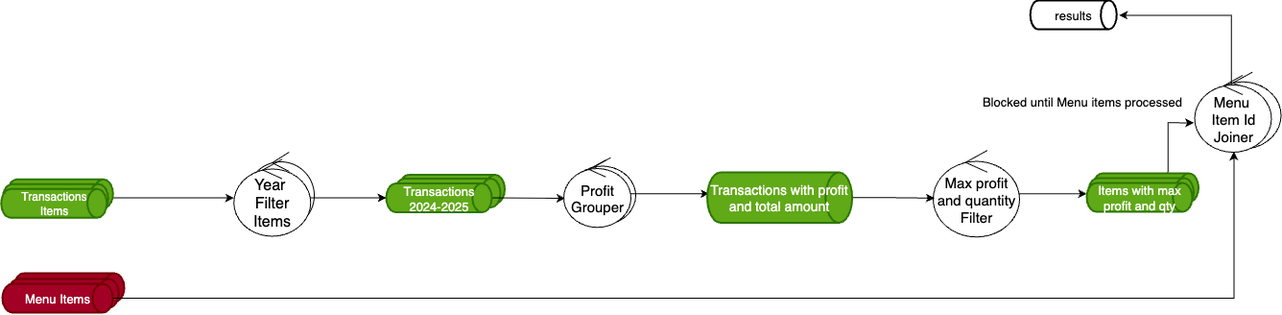
fiuba-distribuidos-2C2025/informe keeps this draw.io diagram as source/consulta2.png. Above is the earlier version. Source tidied: cells renumbered, new cells last; positions are measured from the earlier drawing's top-left corner, leaving out a move shared by most shapes.
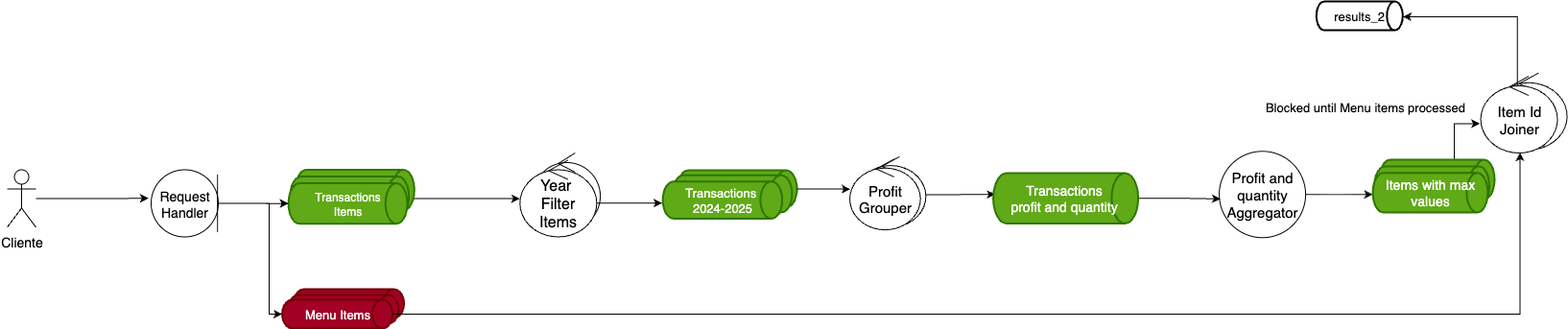
After the change.

What changed in the source:
```diff
@@ -3,120 +3,154 @@
     <mxCell id="0" />
     <mxCell id="1" parent="0" />
     <mxCell id="2" style="strokeWidth=2;html=1;shape=mxgraph.flowchart.direct_data;whiteSpace=wrap;fillColor=#a20025;fontColor=#ffffff;strokeColor=#6F0000;fontSize=13;" parent="1" vertex="1">
-      <mxGeometry x="13" y="284" width="115" height="30" as="geometry" />
+      <mxGeometry x="89.6" y="305" width="115" height="30" as="geometry" />
     </mxCell>
     <mxCell id="3" style="strokeWidth=2;html=1;shape=mxgraph.flowchart.direct_data;whiteSpace=wrap;fillColor=#a20025;fontColor=#ffffff;strokeColor=#6F0000;fontSize=13;" parent="1" vertex="1">
-      <mxGeometry x="7.2" y="290" width="115" height="30" as="geometry" />
+      <mxGeometry x="83.8" y="311" width="115" height="30" as="geometry" />
     </mxCell>
     <mxCell id="4" style="whiteSpace=wrap;html=1;shape=umlControl;perimeter=ellipsePerimeter;fontSize=15;" parent="1" vertex="1">
-      <mxGeometry x="1253.5" y="74.8" width="80" height="80" as="geometry" />
+      <mxGeometry x="1336.6" y="79.8" width="80" height="80" as="geometry" />
     </mxCell>
-    <mxCell id="5" style="strokeWidth=2;html=1;shape=mxgraph.flowchart.direct_data;whiteSpace=wrap;fillColor=#60a917;strokeColor=#2D7600;fontSize=13;fontColor=#ffffff;" parent="1" vertex="1">
-      <mxGeometry x="414.5" y="181.5" width="110" height="30" as="geometry" />
+    <mxCell id="5" style="ellipse;shape=umlControl;whiteSpace=wrap;html=1;fontSize=13;" parent="1" vertex="1">
+      <mxGeometry x="339.1" y="163" width="70" height="80" as="geometry" />
     </mxCell>
-    <mxCell id="6" style="strokeWidth=2;html=1;shape=mxgraph.flowchart.direct_data;whiteSpace=wrap;fillColor=#60a917;strokeColor=#2D7600;fontSize=13;fontColor=#ffffff;" parent="1" vertex="1">
-      <mxGeometry x="410" y="185.5" width="110" height="30" as="geometry" />
+    <mxCell id="6" value="Year&amp;nbsp;&lt;div&gt;Filter Items&lt;/div&gt;" style="whiteSpace=wrap;html=1;shape=umlControl;perimeter=ellipsePerimeter;fontSize=16;" parent="1" vertex="1">
+      <mxGeometry x="325.3" y="170.5" width="80" height="80" as="geometry" />
     </mxCell>
-    <mxCell id="7" style="ellipse;shape=umlControl;whiteSpace=wrap;html=1;fontSize=13;" parent="1" vertex="1">
-      <mxGeometry x="256" y="158" width="70" height="80" as="geometry" />
+    <mxCell id="7" style="edgeStyle=orthogonalEdgeStyle;rounded=0;jettySize=auto;html=1;fontSize=13;" parent="1" edge="1" target="6">
+      <mxGeometry relative="1" as="geometry">
+        <mxPoint x="196.6" y="210.5" as="sourcePoint" />
+      </mxGeometry>
     </mxCell>
-    <mxCell id="8" value="Year&amp;nbsp;&lt;div&gt;Filter Items&lt;/div&gt;" style="whiteSpace=wrap;html=1;shape=umlControl;perimeter=ellipsePerimeter;fontSize=16;" parent="1" vertex="1">
-      <mxGeometry x="242.2" y="165.5" width="80" height="80" as="geometry" />
+    <mxCell id="8" style="edgeStyle=orthogonalEdgeStyle;rounded=0;jettySize=auto;html=1;entryX=0.005;entryY=0.312;entryDx=0;entryDy=0;entryPerimeter=0;fontSize=13;" parent="1" edge="1" source="36">
+      <mxGeometry relative="1" as="geometry">
+        <mxPoint x="820.7" y="206.1" as="targetPoint" />
+      </mxGeometry>
     </mxCell>
-    <mxCell id="9" style="edgeStyle=orthogonalEdgeStyle;rounded=0;jettySize=auto;html=1;fontSize=13;" parent="1" edge="1" target="8">
+    <mxCell id="9" style="edgeStyle=orthogonalEdgeStyle;rounded=0;jettySize=auto;html=1;fontSize=13;" parent="1" edge="1" source="10">
       <mxGeometry relative="1" as="geometry">
-        <mxPoint x="113.5" y="205.5" as="sourcePoint" />
+        <mxPoint x="1214.1" y="206.2" as="targetPoint" />
       </mxGeometry>
     </mxCell>
-    <mxCell id="10" value="&lt;div style=&quot;line-height: 110%;&quot;&gt;&lt;br&gt;&lt;/div&gt;" style="whiteSpace=wrap;html=1;shape=umlControl;perimeter=ellipsePerimeter;fontSize=13;" parent="1" vertex="1">
-      <mxGeometry x="591" y="163.8" width="70" height="70" as="geometry" />
+    <mxCell id="10" value="Profit and quantity Aggregator" style="whiteSpace=wrap;html=1;shape=ellipse;fontSize=15;perimeter=ellipsePerimeter;" parent="1" vertex="1">
+      <mxGeometry x="1054.1" y="161.2" width="90" height="90" as="geometry" />
     </mxCell>
-    <mxCell id="11" style="edgeStyle=orthogonalEdgeStyle;rounded=0;jettySize=auto;html=1;entryX=0.005;entryY=0.312;entryDx=0;entryDy=0;entryPerimeter=0;fontSize=13;" parent="1" edge="1" source="12">
-      <mxGeometry relative="1" as="geometry">
-        <mxPoint x="737.6" y="201.1" as="targetPoint" />
-      </mxGeometry>
+    <mxCell id="11" value="&lt;div&gt;Item Id&lt;div&gt;Joiner&lt;/div&gt;&lt;/div&gt;" style="whiteSpace=wrap;html=1;shape=umlControl;perimeter=ellipsePerimeter;fontSize=15;" parent="1" vertex="1">
+      <mxGeometry x="1326.6" y="83" width="80" height="80" as="geometry" />
     </mxCell>
-    <mxCell id="12" value="&lt;div style=&quot;line-height: 110%;&quot;&gt;&lt;div&gt;Profit Grouper&lt;/div&gt;&lt;/div&gt;" style="whiteSpace=wrap;html=1;shape=umlControl;perimeter=ellipsePerimeter;fontSize=15;" parent="1" vertex="1">
-      <mxGeometry x="586" y="166.2" width="70" height="70" as="geometry" />
+    <mxCell id="12" style="edgeStyle=orthogonalEdgeStyle;rounded=0;jettySize=auto;html=1;entryX=-0.004;entryY=0.581;entryDx=0;entryDy=0;entryPerimeter=0;fontSize=13;" parent="1" edge="1" source="6" target="33">
+      <mxGeometry relative="1" as="geometry">
+        <Array as="points">
+          <mxPoint x="440.1" y="215" />
+        </Array>
+      </mxGeometry>
     </mxCell>
-    <mxCell id="13" style="edgeStyle=orthogonalEdgeStyle;rounded=0;jettySize=auto;html=1;exitX=1;exitY=0.5;exitDx=0;exitDy=0;exitPerimeter=0;fontSize=13;entryX=0.022;entryY=0.568;entryDx=0;entryDy=0;entryPerimeter=0;" parent="1" edge="1" source="14" target="12">
+    <mxCell id="13" style="edgeStyle=orthogonalEdgeStyle;rounded=0;jettySize=auto;html=1;entryX=1;entryY=0.5;entryDx=0;entryDy=0;entryPerimeter=0;exitX=0.478;exitY=0.118;exitDx=0;exitDy=0;exitPerimeter=0;fontSize=13;" parent="1" edge="1" source="11" target="14">
       <mxGeometry relative="1" as="geometry">
         <Array as="points">
-          <mxPoint x="587" y="205" />
+          <mxPoint x="1365.1" y="21" />
         </Array>
       </mxGeometry>
     </mxCell>
-    <mxCell id="14" value="Transactions 2024-2025" style="strokeWidth=2;html=1;shape=mxgraph.flowchart.direct_data;whiteSpace=wrap;fillColor=#60a917;strokeColor=#2D7600;fontSize=13;fontColor=#ffffff;" parent="1" vertex="1">
-      <mxGeometry x="401" y="190.5" width="110" height="30" as="geometry" />
+    <mxCell id="14" value="results_2" style="strokeWidth=2;html=1;shape=mxgraph.flowchart.direct_data;whiteSpace=wrap;fontSize=13;" parent="1" vertex="1">
+      <mxGeometry x="1155.3" y="5" width="90" height="30" as="geometry" />
     </mxCell>
-    <mxCell id="15" style="edgeStyle=orthogonalEdgeStyle;rounded=0;jettySize=auto;html=1;fontSize=13;" parent="1" edge="1" source="16">
-      <mxGeometry relative="1" as="geometry">
-        <mxPoint x="1131" y="201.2" as="targetPoint" />
-      </mxGeometry>
+    <mxCell id="15" value="Menu Items" style="strokeWidth=2;html=1;shape=mxgraph.flowchart.direct_data;whiteSpace=wrap;fillColor=#a20025;fontColor=#ffffff;strokeColor=#6F0000;fontSize=13;" parent="1" vertex="1">
+      <mxGeometry x="77.6" y="316" width="115" height="30" as="geometry" />
     </mxCell>
-    <mxCell id="16" value="Max profit and quantity Filter" style="whiteSpace=wrap;html=1;shape=umlControl;perimeter=ellipsePerimeter;fontSize=15;" parent="1" vertex="1">
-      <mxGeometry x="971" y="156.2" width="90" height="90" as="geometry" />
+    <mxCell id="16" style="edgeStyle=orthogonalEdgeStyle;rounded=0;jettySize=auto;html=1;entryX=0.512;entryY=0.993;entryDx=0;entryDy=0;entryPerimeter=0;fontSize=13;" parent="1" edge="1" source="15" target="11">
+      <mxGeometry relative="1" as="geometry" />
     </mxCell>
-    <mxCell id="17" value="Menu&amp;nbsp;&lt;div&gt;Item Id&lt;div&gt;Joiner&lt;/div&gt;&lt;/div&gt;" style="whiteSpace=wrap;html=1;shape=umlControl;perimeter=ellipsePerimeter;fontSize=15;" parent="1" vertex="1">
-      <mxGeometry x="1243.5" y="78" width="80" height="80" as="geometry" />
+    <mxCell id="17" value="Blocked until Menu items processed" style="text;html=1;align=center;verticalAlign=middle;points=[];strokeColor=none;fillColor=none;fontSize=13;" parent="1" vertex="1">
+      <mxGeometry x="1091" y="100" width="230" height="30" as="geometry" />
     </mxCell>
-    <mxCell id="18" style="edgeStyle=orthogonalEdgeStyle;rounded=0;jettySize=auto;html=1;entryX=0;entryY=0.5;entryDx=0;entryDy=0;entryPerimeter=0;fontSize=13;" parent="1" edge="1" source="8" target="14">
-      <mxGeometry relative="1" as="geometry" />
+    <mxCell id="18" style="edgeStyle=orthogonalEdgeStyle;rounded=0;jettySize=auto;html=1;entryX=-0.011;entryY=0.618;entryDx=0;entryDy=0;entryPerimeter=0;fontSize=13;" parent="1" edge="1" target="11">
+      <mxGeometry relative="1" as="geometry">
+        <mxPoint x="1270.3" y="191.2" as="sourcePoint" />
+      </mxGeometry>
     </mxCell>
-    <mxCell id="19" style="edgeStyle=orthogonalEdgeStyle;rounded=0;jettySize=auto;html=1;entryX=1;entryY=0.5;entryDx=0;entryDy=0;entryPerimeter=0;exitX=0.478;exitY=0.118;exitDx=0;exitDy=0;exitPerimeter=0;fontSize=13;" parent="1" edge="1" source="17">
-      <mxGeometry relative="1" as="geometry">
-        <mxPoint x="1164.7" y="15.5" as="targetPoint" />
-        <Array as="points">
-          <mxPoint x="1282" y="16" />
-        </Array>
-      </mxGeometry>
+    <mxCell id="19" style="group;" parent="1" vertex="1">
+      <mxGeometry x="84.1" y="180.5" width="131.2" height="56.2" as="geometry" />
     </mxCell>
-    <mxCell id="20" value="results" style="strokeWidth=2;html=1;shape=mxgraph.flowchart.direct_data;whiteSpace=wrap;fontSize=13;" parent="1" vertex="1">
-      <mxGeometry x="1072.2" width="90" height="30" as="geometry" />
+    <mxCell id="20" style="strokeWidth=2;html=1;shape=mxgraph.flowchart.direct_data;whiteSpace=wrap;fillColor=#60a917;fontColor=#ffffff;strokeColor=#2D7600;" parent="19" vertex="1">
+      <mxGeometry x="7.3" width="123.9" height="42.2" as="geometry" />
     </mxCell>
-    <mxCell id="21" value="Menu Items" style="strokeWidth=2;html=1;shape=mxgraph.flowchart.direct_data;whiteSpace=wrap;fillColor=#a20025;fontColor=#ffffff;strokeColor=#6F0000;fontSize=13;" parent="1" vertex="1">
-      <mxGeometry x="1" y="295" width="115" height="30" as="geometry" />
+    <mxCell id="21" style="strokeWidth=2;html=1;shape=mxgraph.flowchart.direct_data;whiteSpace=wrap;fillColor=#60a917;fontColor=#ffffff;strokeColor=#2D7600;" parent="19" vertex="1">
+      <mxGeometry x="1.7" y="7" width="123.9" height="42.2" as="geometry" />
     </mxCell>
-    <mxCell id="22" style="edgeStyle=orthogonalEdgeStyle;rounded=0;jettySize=auto;html=1;entryX=0.512;entryY=0.993;entryDx=0;entryDy=0;entryPerimeter=0;fontSize=13;" parent="1" edge="1" source="21" target="17">
-      <mxGeometry relative="1" as="geometry" />
+    <mxCell id="22" value="Transactions&lt;div&gt;Items&lt;/div&gt;" style="strokeWidth=2;html=1;shape=mxgraph.flowchart.direct_data;whiteSpace=wrap;fillColor=#60a917;fontColor=#ffffff;strokeColor=#2D7600;" parent="19" vertex="1">
+      <mxGeometry y="14.1" width="123.9" height="42.2" as="geometry" />
     </mxCell>
-    <mxCell id="23" value="Blocked until Menu items processed" style="text;html=1;align=center;verticalAlign=middle;strokeColor=none;fillColor=none;fontSize=13;" parent="1" vertex="1">
-      <mxGeometry x="1011" y="90" width="230" height="30" as="geometry" />
+    <mxCell id="23" style="edgeStyle=orthogonalEdgeStyle;rounded=0;hachureGap=4;jettySize=auto;html=1;entryX=0.015;entryY=0.551;entryDx=0;entryDy=0;entryPerimeter=0;fontFamily=Architects Daughter;fontSource=https%3A%2F%2Ffonts.googleapis.com%2Fcss%3Ffamily%3DArchitects%2BDaughter;" parent="1" edge="1" source="28" target="10">
+      <mxGeometry relative="1" as="geometry" />
     </mxCell>
-    <mxCell id="24" style="edgeStyle=orthogonalEdgeStyle;rounded=0;jettySize=auto;html=1;entryX=-0.011;entryY=0.618;entryDx=0;entryDy=0;entryPerimeter=0;fontSize=13;" parent="1" edge="1" target="17">
-      <mxGeometry relative="1" as="geometry">
-        <mxPoint x="1187.3" y="186.2" as="sourcePoint" />
-      </mxGeometry>
+    <mxCell id="24" style="group;fontSize=16;" parent="1" vertex="1">
+      <mxGeometry x="1214.1" y="170" width="126.9" height="55" as="geometry" />
     </mxCell>
-    <mxCell id="25" style="group;" parent="1" vertex="1">
-      <mxGeometry x="-0.2" y="186.2" width="116.5" height="40" as="geometry" />
+    <mxCell id="25" style="strokeWidth=2;html=1;shape=mxgraph.flowchart.direct_data;whiteSpace=wrap;fillColor=#60a917;fontColor=#ffffff;strokeColor=#2D7600;" parent="24" vertex="1">
+      <mxGeometry x="7.1" width="119.9" height="41.2" as="geometry" />
     </mxCell>
-    <mxCell id="26" style="strokeWidth=2;html=1;shape=mxgraph.flowchart.direct_data;whiteSpace=wrap;fillColor=#60a917;fontColor=#ffffff;strokeColor=#2D7600;" parent="25" vertex="1">
-      <mxGeometry x="6.5" width="110" height="30" as="geometry" />
+    <mxCell id="26" style="strokeWidth=2;html=1;shape=mxgraph.flowchart.direct_data;whiteSpace=wrap;fillColor=#60a917;fontColor=#ffffff;strokeColor=#2D7600;" parent="24" vertex="1">
+      <mxGeometry x="1.6" y="6.9" width="119.9" height="41.2" as="geometry" />
     </mxCell>
-    <mxCell id="27" style="strokeWidth=2;html=1;shape=mxgraph.flowchart.direct_data;whiteSpace=wrap;fillColor=#60a917;fontColor=#ffffff;strokeColor=#2D7600;" parent="25" vertex="1">
-      <mxGeometry x="1.5" y="5" width="110" height="30" as="geometry" />
+    <mxCell id="27" value="&lt;font style=&quot;font-size: 14px;&quot;&gt;Items with max values&lt;/font&gt;" style="strokeWidth=2;html=1;shape=mxgraph.flowchart.direct_data;whiteSpace=wrap;fillColor=#60a917;fontColor=#ffffff;strokeColor=#2D7600;" parent="24" vertex="1">
+      <mxGeometry y="13.8" width="119.9" height="41.2" as="geometry" />
     </mxCell>
-    <mxCell id="28" value="Transactions&lt;div&gt;Items&lt;/div&gt;" style="strokeWidth=2;html=1;shape=mxgraph.flowchart.direct_data;whiteSpace=wrap;fillColor=#60a917;fontColor=#ffffff;strokeColor=#2D7600;" parent="25" vertex="1">
-      <mxGeometry y="10" width="110" height="30" as="geometry" />
+    <mxCell id="28" value="&lt;font style=&quot;font-size: 14px;&quot;&gt;Transactions&amp;nbsp;&lt;/font&gt;&lt;div&gt;&lt;font style=&quot;font-size: 14px;&quot;&gt;profit and quantity&amp;nbsp;&lt;/font&gt;&lt;/div&gt;" style="strokeWidth=2;html=1;shape=mxgraph.flowchart.direct_data;whiteSpace=wrap;fillColor=#60a917;fontColor=#ffffff;strokeColor=#2D7600;" parent="1" vertex="1">
+      <mxGeometry x="818.6" y="184" width="151.1" height="52.5" as="geometry" />
     </mxCell>
-    <mxCell id="29" style="edgeStyle=orthogonalEdgeStyle;rounded=0;hachureGap=4;jettySize=auto;html=1;entryX=0.015;entryY=0.551;entryDx=0;entryDy=0;entryPerimeter=0;fontFamily=Architects Daughter;fontSource=https%3A%2F%2Ffonts.googleapis.com%2Fcss%3Ffamily%3DArchitects%2BDaughter;" parent="1" edge="1" source="34" target="16">
-      <mxGeometry relative="1" as="geometry" />
+    <mxCell id="29" style="edgeStyle=orthogonalEdgeStyle;rounded=0;jettySize=auto;html=1;entryX=0;entryY=0.5;entryDx=0;entryDy=0;entryPerimeter=0;" parent="1" edge="1" target="22">
+      <mxGeometry relative="1" as="geometry">
+        <mxPoint x="1.1" y="215.5" as="sourcePoint" />
+      </mxGeometry>
     </mxCell>
     <mxCell id="30" style="group;" parent="1" vertex="1">
-      <mxGeometry x="1131" y="180" width="116.5" height="40" as="geometry" />
+      <mxGeometry x="474.1" y="181" width="140" height="50.5" as="geometry" />
     </mxCell>
-    <mxCell id="31" style="strokeWidth=2;html=1;shape=mxgraph.flowchart.direct_data;whiteSpace=wrap;fillColor=#60a917;fontColor=#ffffff;strokeColor=#2D7600;" parent="30" vertex="1">
-      <mxGeometry x="6.5" width="110" height="30" as="geometry" />
+    <mxCell id="31" style="strokeWidth=2;html=1;shape=mxgraph.flowchart.direct_data;whiteSpace=wrap;fillColor=#60a917;strokeColor=#2D7600;fontSize=13;fontColor=#ffffff;" parent="30" vertex="1">
+      <mxGeometry x="15.3" width="124.7" height="38.8" as="geometry" />
     </mxCell>
-    <mxCell id="32" style="strokeWidth=2;html=1;shape=mxgraph.flowchart.direct_data;whiteSpace=wrap;fillColor=#60a917;fontColor=#ffffff;strokeColor=#2D7600;" parent="30" vertex="1">
-      <mxGeometry x="1.5" y="5" width="110" height="30" as="geometry" />
+    <mxCell id="32" style="strokeWidth=2;html=1;shape=mxgraph.flowchart.direct_data;whiteSpace=wrap;fillColor=#60a917;strokeColor=#2D7600;fontSize=13;fontColor=#ffffff;" parent="30" vertex="1">
+      <mxGeometry x="10.2" y="5.2" width="124.7" height="38.8" as="geometry" />
     </mxCell>
-    <mxCell id="33" value="&lt;span style=&quot;font-size: 13px;&quot;&gt;Items with max profit and qty&lt;/span&gt;" style="strokeWidth=2;html=1;shape=mxgraph.flowchart.direct_data;whiteSpace=wrap;fillColor=#60a917;fontColor=#ffffff;strokeColor=#2D7600;" parent="30" vertex="1">
-      <mxGeometry y="10" width="110" height="30" as="geometry" />
+    <mxCell id="33" value="Transactions&amp;nbsp;&lt;div&gt;2024-2025&lt;/div&gt;" style="strokeWidth=2;html=1;shape=mxgraph.flowchart.direct_data;whiteSpace=wrap;fillColor=#60a917;strokeColor=#2D7600;fontSize=13;fontColor=#ffffff;" parent="30" vertex="1">
+      <mxGeometry y="11.7" width="124.7" height="38.8" as="geometry" />
     </mxCell>
-    <mxCell id="34" value="&lt;span style=&quot;font-size: 14px;&quot;&gt;Transactions with profit and total amount&lt;/span&gt;" style="strokeWidth=2;html=1;shape=mxgraph.flowchart.direct_data;whiteSpace=wrap;fillColor=#60a917;fontColor=#ffffff;strokeColor=#2D7600;" parent="1" vertex="1">
-      <mxGeometry x="735.5" y="179" width="151.1" height="52.5" as="geometry" />
+    <mxCell id="34" style="group;" parent="1" vertex="1">
+      <mxGeometry x="669.1" y="166.9" width="85" height="76.2" as="geometry" />
     </mxCell>
+    <mxCell id="35" value="&lt;div style=&quot;line-height: 110%;&quot;&gt;&lt;br&gt;&lt;/div&gt;" style="whiteSpace=wrap;html=1;shape=umlControl;perimeter=ellipsePerimeter;fontSize=13;" parent="34" vertex="1">
+      <mxGeometry x="5.7" width="73.6" height="73.6" as="geometry" />
+    </mxCell>
+    <mxCell id="36" value="&lt;div style=&quot;line-height: 110%;&quot;&gt;&lt;div&gt;Profit Grouper&lt;/div&gt;&lt;/div&gt;" style="whiteSpace=wrap;html=1;shape=umlControl;perimeter=ellipsePerimeter;fontSize=15;" parent="34" vertex="1">
+      <mxGeometry y="2.6" width="73.6" height="73.6" as="geometry" />
+    </mxCell>
+    <mxCell id="37" style="edgeStyle=orthogonalEdgeStyle;rounded=0;jettySize=auto;html=1;entryX=0.008;entryY=0.424;entryDx=0;entryDy=0;entryPerimeter=0;" parent="1" edge="1" source="31" target="36">
+      <mxGeometry relative="1" as="geometry" />
+    </mxCell>
+    <mxCell id="38" style="edgeStyle=orthogonalEdgeStyle;rounded=0;jettySize=auto;html=1;entryX=0;entryY=0.5;entryDx=0;entryDy=0;entryPerimeter=0;" parent="1" edge="1" target="15">
+      <mxGeometry relative="1" as="geometry">
+        <mxPoint x="1.1" y="215.5" as="sourcePoint" />
+        <Array as="points">
+          <mxPoint x="64.1" y="216" />
+          <mxPoint x="64.1" y="331" />
+        </Array>
+      </mxGeometry>
+    </mxCell>
+    <mxCell id="39" value="Request&lt;div&gt;Handler&lt;/div&gt;" style="ellipse;whiteSpace=wrap;html=1;fontSize=14;" parent="1" vertex="1">
+      <mxGeometry x="-59" y="180.5" width="70" height="70" as="geometry" />
+    </mxCell>
+    <mxCell id="40" value="Cliente" style="shape=umlActor;verticalLabelPosition=bottom;verticalAlign=top;html=1;outlineConnect=0;fontSize=14;" parent="1" vertex="1">
+      <mxGeometry x="-209" y="180.5" width="30" height="60" as="geometry" />
+    </mxCell>
+    <mxCell id="41" style="edgeStyle=orthogonalEdgeStyle;rounded=0;jettySize=auto;html=1;entryX=-0.038;entryY=0.425;entryDx=0;entryDy=0;entryPerimeter=0;" parent="1" edge="1" source="40" target="39">
+      <mxGeometry relative="1" as="geometry" />
+    </mxCell>
+    <mxCell id="42" style="endArrow=none;html=1;rounded=0;fontSize=14;" parent="1" edge="1">
+      <mxGeometry relative="1" as="geometry">
+        <mxPoint x="10.2" y="245.5" as="sourcePoint" />
+        <mxPoint x="10.2" y="185.5" as="targetPoint" />
+      </mxGeometry>
+    </mxCell>
   </root>
 </mxGraphModel>
```
